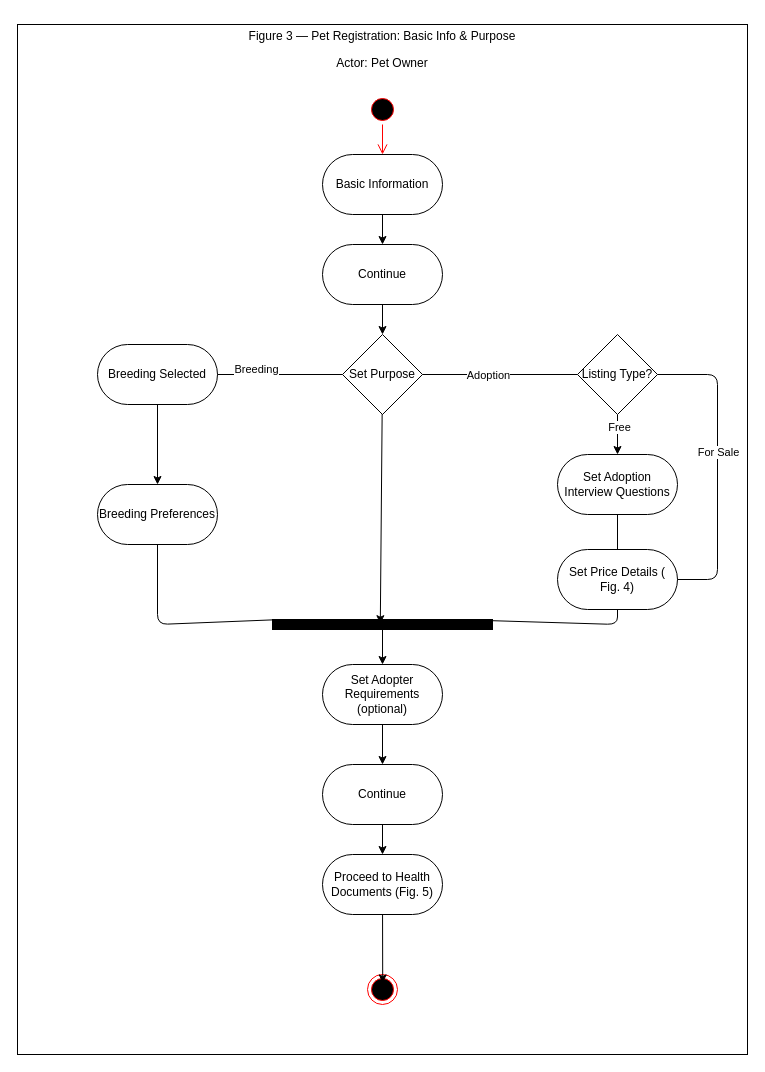
Earlier version of the draw.io diagram ActivityDiagram_Figure3_USALLA.drawio (Chels013/Breedr-Diagrams). Source tidied: cells renumbered, new cells numbered last; positions are measured from the earlier drawing's top-left corner, leaving out a move shared by most shapes. Both pictures are drawn from the tidied source at 100%, with x=0, y=0 at pixel (17, 24).
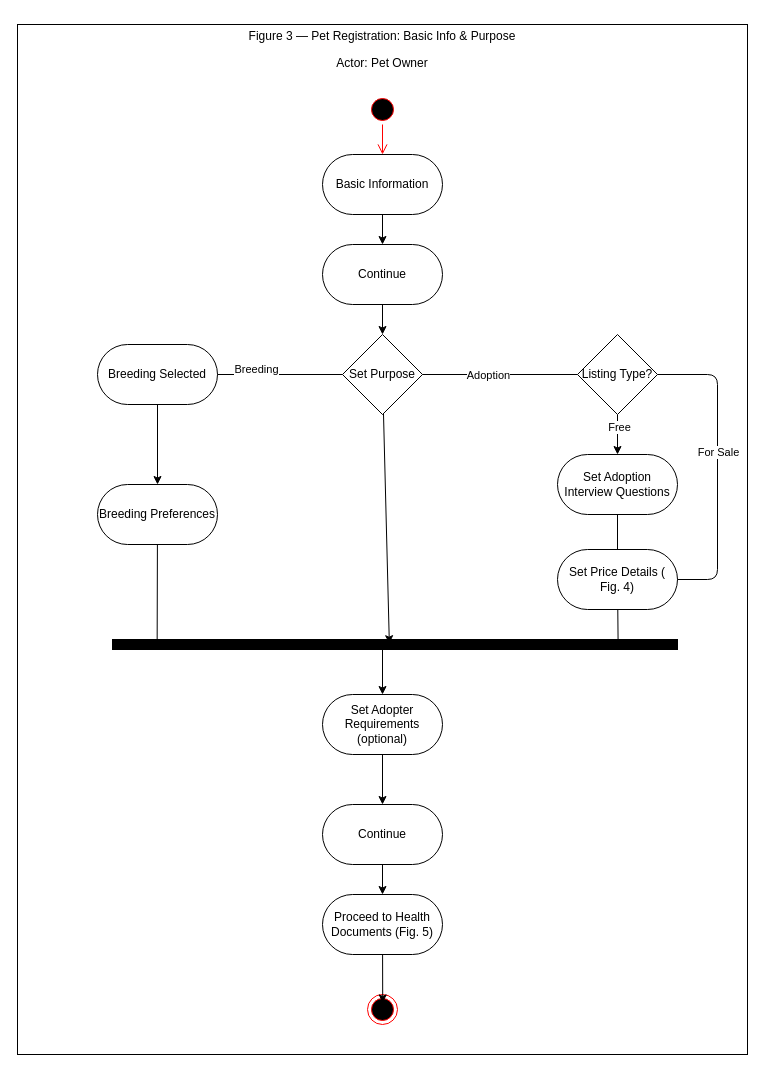
The same page after the edit.

Commit message (it also covers changes not shown here):
Creating Activty Diagram Figure 4

Unchanged cells that the change refers to:
```xml
<mxCell id="12" value="Breeding Preferences" style="rounded=1;whiteSpace=wrap;html=1;arcSize=50;" parent="1" vertex="1">
  <mxGeometry x="80" y="460" width="120" height="60" as="geometry" />
</mxCell>
<mxCell id="14" value="&lt;p&gt;Set Price Details ( Fig. 4)&lt;/p&gt;" style="rounded=1;whiteSpace=wrap;html=1;arcSize=50;" parent="1" vertex="1">
  <mxGeometry x="540" y="525" width="120" height="60" as="geometry" />
</mxCell>
```

What changed in the source:
```diff
@@
     <mxCell id="16" value="&lt;p&gt;Set Adopter Requirements (optional)&lt;/p&gt;" style="rounded=1;whiteSpace=wrap;html=1;arcSize=50;" parent="1" vertex="1">
-      <mxGeometry x="305" y="640" width="120" height="60" as="geometry" />
+      <mxGeometry x="305" y="670" width="120" height="60" as="geometry" />
     </mxCell>
@@
     <mxCell id="18" value="Continue" style="rounded=1;whiteSpace=wrap;html=1;arcSize=50;" parent="1" vertex="1">
-      <mxGeometry x="305" y="740" width="120" height="60" as="geometry" />
+      <mxGeometry x="305" y="780" width="120" height="60" as="geometry" />
     </mxCell>
     <mxCell id="19" value="&lt;p&gt;Proceed to Health Documents (Fig. 5)&lt;/p&gt;" style="rounded=1;whiteSpace=wrap;html=1;arcSize=50;" parent="1" vertex="1">
-      <mxGeometry x="305" y="830" width="120" height="60" as="geometry" />
+      <mxGeometry x="305" y="870" width="120" height="60" as="geometry" />
     </mxCell>
@@
     <mxCell id="32" style="html=1;points=[];perimeter=orthogonalPerimeter;fillColor=strokeColor;rotation=-90;" parent="1" vertex="1">
-      <mxGeometry x="360" y="490" width="10" height="220" as="geometry" />
+      <mxGeometry x="372.5" y="337.5" width="10" height="565" as="geometry" />
     </mxCell>
@@
-    <mxCell id="34" style="endArrow=none;html=1;entryX=0.5;entryY=1;entryDx=0;entryDy=0;exitX=0.9;exitY=0.97;exitDx=0;exitDy=0;exitPerimeter=0;" parent="1" edge="1" source="32" target="14">
-      <mxGeometry relative="1" as="geometry">
-        <Array as="points">
-          <mxPoint x="600" y="600" />
-        </Array>
-      </mxGeometry>
-    </mxCell>
-    <mxCell id="35" style="endArrow=none;html=1;entryX=0.5;entryY=1;entryDx=0;entryDy=0;exitX=0.98;exitY=0.021;exitDx=0;exitDy=0;exitPerimeter=0;" parent="1" edge="1" source="32" target="12">
-      <mxGeometry relative="1" as="geometry">
-        <Array as="points">
-          <mxPoint x="140" y="600" />
-        </Array>
-      </mxGeometry>
-    </mxCell>
     <mxCell id="36" style="ellipse;html=1;shape=endState;fillColor=#000000;strokeColor=#ff0000;" parent="1" vertex="1">
-      <mxGeometry x="350" y="950" width="30" height="30" as="geometry" />
+      <mxGeometry x="350" y="970" width="30" height="30" as="geometry" />
     </mxCell>
@@
+    <mxCell id="38" style="edgeStyle=none;html=1;entryX=-0.14;entryY=0.079;entryDx=0;entryDy=0;entryPerimeter=0;" parent="1" edge="1" source="12" target="32">
+      <mxGeometry relative="1" as="geometry" />
+    </mxCell>
+    <mxCell id="39" style="edgeStyle=none;html=1;entryX=-0.06;entryY=0.895;entryDx=0;entryDy=0;entryPerimeter=0;" parent="1" edge="1" source="14" target="32">
+      <mxGeometry relative="1" as="geometry" />
+    </mxCell>
```
